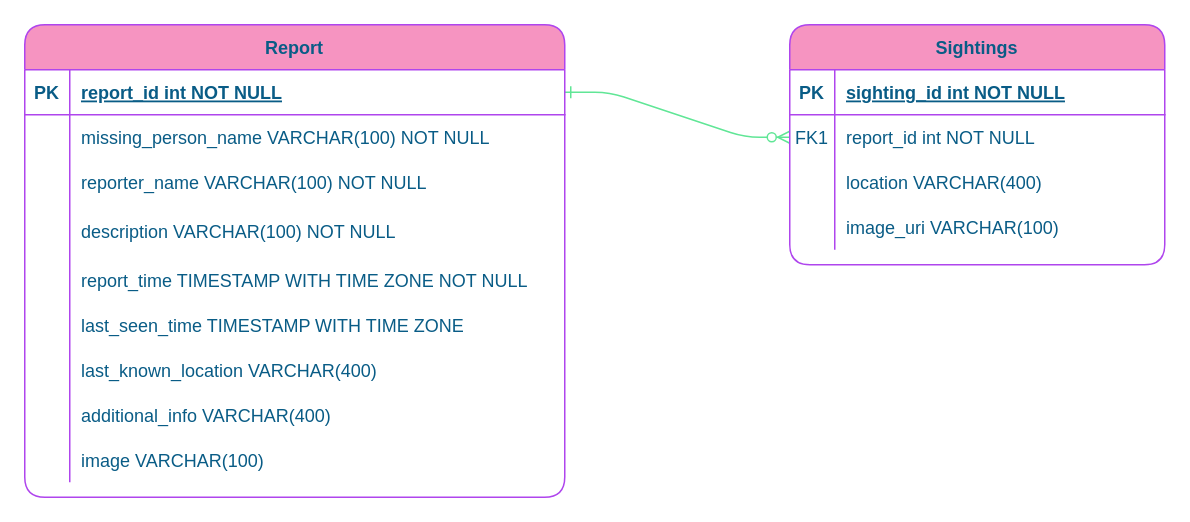
Before: designs/db-design.drawio in RyanCallahan312/missing-persons, a draw.io diagram. Source tidied: cells renumbered, new cells numbered last; positions are measured from the earlier drawing's top-left corner, leaving out a move shared by most shapes. Both pictures are drawn from the tidied source at 150%, with x=0, y=0 at pixel (24, 24).
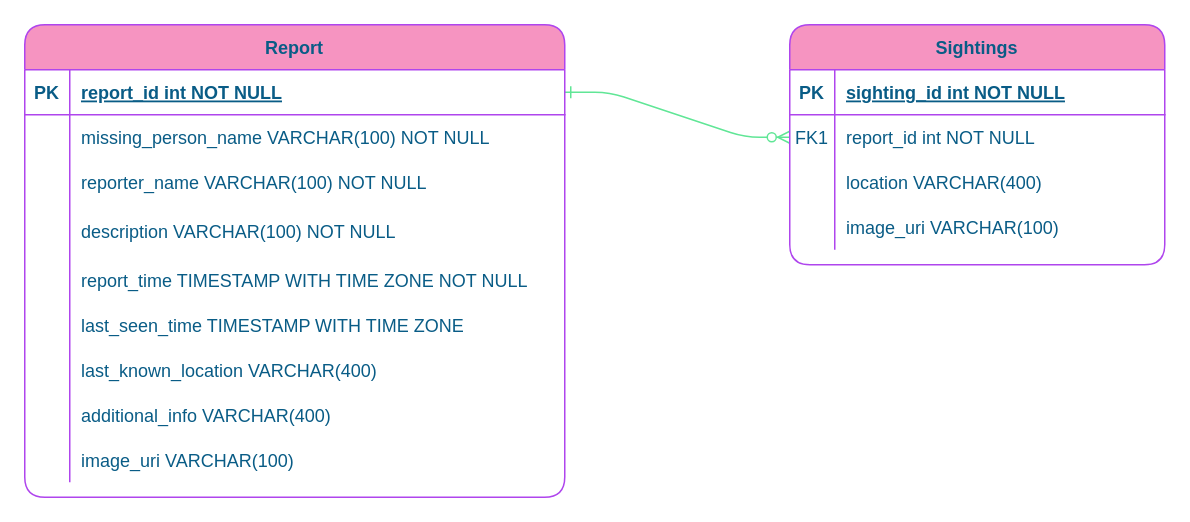
After the change.

Commit message:
#1 rename image column to be more descriptive

changed image to image_uri so that it is self documenting

Unchanged cells that the change refers to:
```xml
<mxCell id="41" style="shape=partialRectangle;fillColor=none;top=0;left=0;bottom=0;right=0;rounded=1;strokeColor=#AF45ED;fontColor=#095C86;" parent="16" vertex="1">
  <mxGeometry y="275" width="360" height="30" as="geometry" />
</mxCell>
```

Change to the diagram source:
```diff
@@
-    <mxCell id="43" value="image VARCHAR(100)" style="shape=partialRectangle;fillColor=none;top=0;left=0;bottom=0;right=0;align=left;spacingLeft=6;fontStyle=0;overflow=hidden;rounded=1;strokeColor=#AF45ED;fontColor=#095C86;" parent="41" vertex="1">
+    <mxCell id="43" value="image_uri VARCHAR(100)" style="shape=partialRectangle;fillColor=none;top=0;left=0;bottom=0;right=0;align=left;spacingLeft=6;fontStyle=0;overflow=hidden;rounded=1;strokeColor=#AF45ED;fontColor=#095C86;" parent="41" vertex="1">
       <mxGeometry x="30" width="330" height="30" as="geometry" />
     </mxCell>
```
